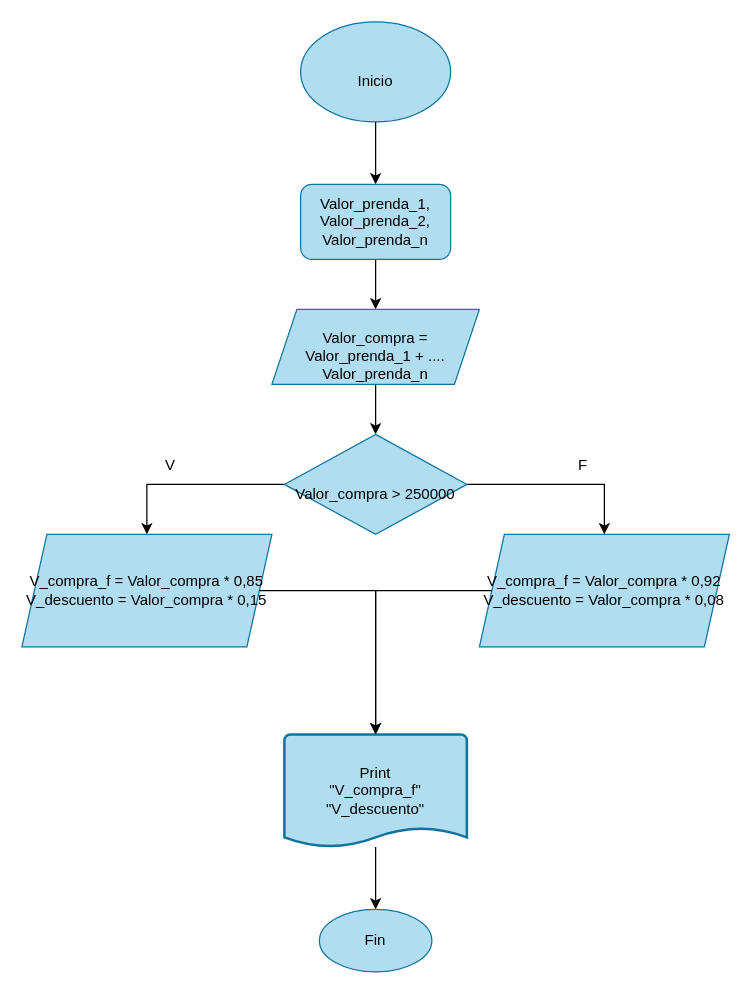
Earlier version of the draw.io diagram Imagenes/Diagrama_Ropa_CORR.drawio (AlejoArcila0128/Alejandro_Arcila_Rua_Unidad2). Source tidied: cells renumbered, new cells numbered last; positions are measured from the earlier drawing's top-left corner, leaving out a move shared by most shapes. Both pictures are drawn from the tidied source at 125%, with x=0, y=0 at pixel (21, 21).
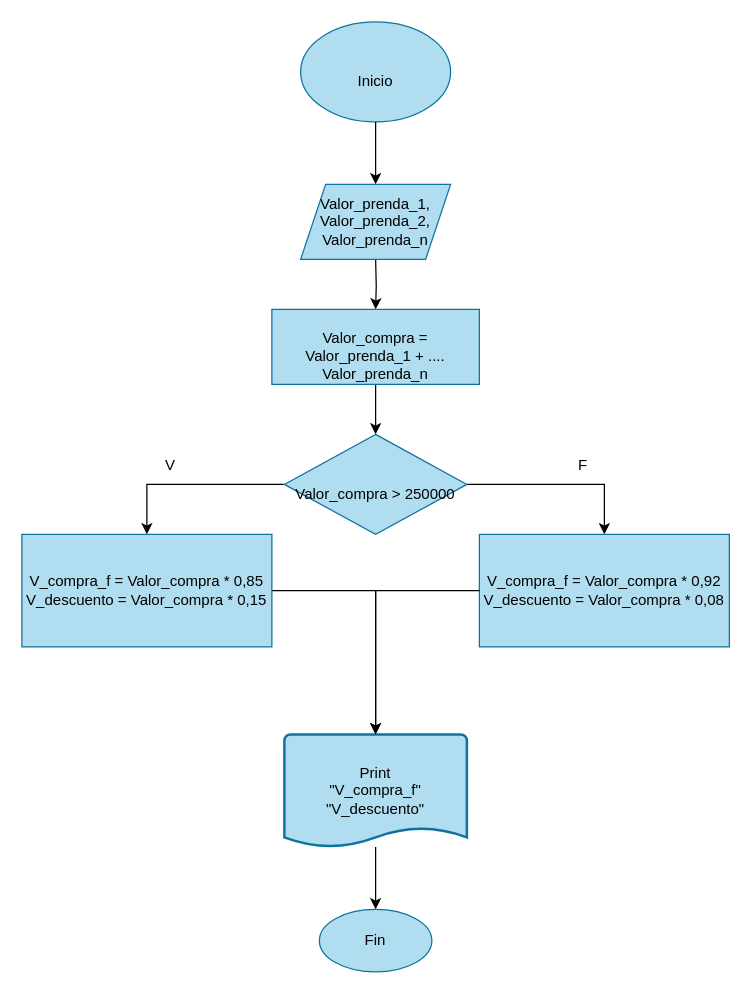
The same diagram, later.

Unchanged cells that the change refers to:
```xml
<mxCell id="2" value="&lt;div&gt;&lt;br&gt;&lt;/div&gt;&lt;div&gt;&lt;br&gt;&lt;/div&gt;&lt;div&gt;Inicio&lt;/div&gt;&lt;div&gt;&lt;br&gt;&lt;/div&gt;" style="ellipse;whiteSpace=wrap;html=1;shapeInside=1;fillColor=#b1ddf0;strokeColor=#10739e;" parent="1" vertex="1">
  <mxGeometry x="223" width="120" height="80" as="geometry" />
</mxCell>
```

The edit, as a diff of the source:
```diff
@@
-    <mxCell id="3" style="edgeStyle=orthogonalEdgeStyle;rounded=0;jettySize=auto;html=1;entryX=0.5;entryY=0;entryDx=0;entryDy=0;" parent="1" edge="1" source="2" target="5">
-      <mxGeometry relative="1" as="geometry" />
+    <mxCell id="3" style="edgeStyle=orthogonalEdgeStyle;rounded=0;jettySize=auto;html=1;entryX=0.5;entryY=0;entryDx=0;entryDy=0;" parent="1" edge="1" source="2">
+      <mxGeometry relative="1" as="geometry">
+        <mxPoint x="283" y="130" as="targetPoint" />
+      </mxGeometry>
     </mxCell>
-    <mxCell id="4" style="edgeStyle=orthogonalEdgeStyle;rounded=0;jettySize=auto;html=1;" parent="1" edge="1" source="5" target="7">
-      <mxGeometry relative="1" as="geometry" />
+    <mxCell id="4" style="edgeStyle=orthogonalEdgeStyle;rounded=0;jettySize=auto;html=1;" parent="1" edge="1" target="7">
+      <mxGeometry relative="1" as="geometry">
+        <mxPoint x="283" y="190" as="sourcePoint" />
+      </mxGeometry>
     </mxCell>
-    <mxCell id="5" value="Valor_prenda_1, Valor_prenda_2, Valor_prenda_n" style="rounded=1;whiteSpace=wrap;html=1;fillColor=#b1ddf0;strokeColor=#10739e;" parent="1" vertex="1">
-      <mxGeometry x="223" y="130" width="120" height="60" as="geometry" />
-    </mxCell>
@@
-    <mxCell id="7" value="&lt;div&gt;&lt;br&gt;&lt;/div&gt;&lt;div&gt;Valor_compra = Valor_prenda_1 + .... Valor_prenda_n&lt;/div&gt;" style="shape=parallelogram;perimeter=parallelogramPerimeter;whiteSpace=wrap;html=1;shapeInside=1;fixedSize=1;fillColor=#b1ddf0;strokeColor=#10739e;" parent="1" vertex="1">
+    <mxCell id="7" value="&lt;div&gt;&lt;br&gt;&lt;/div&gt;&lt;div&gt;Valor_compra = Valor_prenda_1 + .... Valor_prenda_n&lt;/div&gt;" style="shape=parallelogram;perimeter=parallelogramPerimeter;whiteSpace=wrap;html=1;shapeInside=1;fixedSize=1;fillColor=#b1ddf0;strokeColor=#10739e;size=-1;" parent="1" vertex="1">
       <mxGeometry x="200" y="230" width="166" height="60" as="geometry" />
     </mxCell>
@@
-    <mxCell id="11" value="V_compra_f = Valor_compra * 0,85&lt;br&gt;V_descuento = Valor_compra * 0,15" style="shape=parallelogram;perimeter=parallelogramPerimeter;whiteSpace=wrap;html=1;shapeInside=1;fixedSize=1;fillColor=#b1ddf0;strokeColor=#10739e;" parent="1" vertex="1">
+    <mxCell id="11" value="V_compra_f = Valor_compra * 0,85&lt;br&gt;V_descuento = Valor_compra * 0,15" style="shape=parallelogram;perimeter=parallelogramPerimeter;whiteSpace=wrap;html=1;shapeInside=1;fixedSize=1;fillColor=#b1ddf0;strokeColor=#10739e;size=-11;" parent="1" vertex="1">
       <mxGeometry y="410" width="200" height="90" as="geometry" />
     </mxCell>
@@
-    <mxCell id="14" value="V_compra_f = Valor_compra * 0,92&lt;br&gt;V_descuento = Valor_compra * 0,08" style="shape=parallelogram;perimeter=parallelogramPerimeter;whiteSpace=wrap;html=1;shapeInside=1;fixedSize=1;fillColor=#b1ddf0;strokeColor=#10739e;" parent="1" vertex="1">
+    <mxCell id="14" value="V_compra_f = Valor_compra * 0,92&lt;br&gt;V_descuento = Valor_compra * 0,08" style="shape=parallelogram;perimeter=parallelogramPerimeter;whiteSpace=wrap;html=1;shapeInside=1;fixedSize=1;fillColor=#b1ddf0;strokeColor=#10739e;size=-57;" parent="1" vertex="1">
       <mxGeometry x="366" y="410" width="200" height="90" as="geometry" />
     </mxCell>
@@
+    <mxCell id="5" value="Valor_prenda_1, Valor_prenda_2, Valor_prenda_n" style="shape=parallelogram;perimeter=parallelogramPerimeter;whiteSpace=wrap;html=1;shapeInside=1;fixedSize=1;fillColor=#b1ddf0;strokeColor=#10739e;" parent="1" vertex="1">
+      <mxGeometry x="223" y="130" width="120" height="60" as="geometry" />
+    </mxCell>
```
